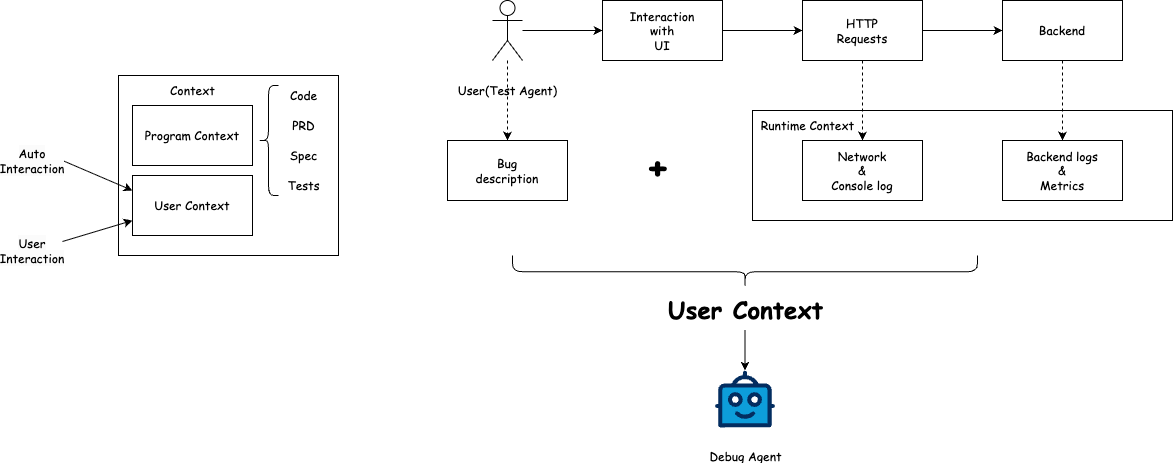
The draw.io diagram source/img/2025-10-09-about-debug-agent/workflow.png in Wh1isper/wh1isper.github.io, before a commit. Source tidied: cells renumbered, new cells last; positions are measured from the earlier drawing's top-left corner, leaving out a move shared by most shapes.
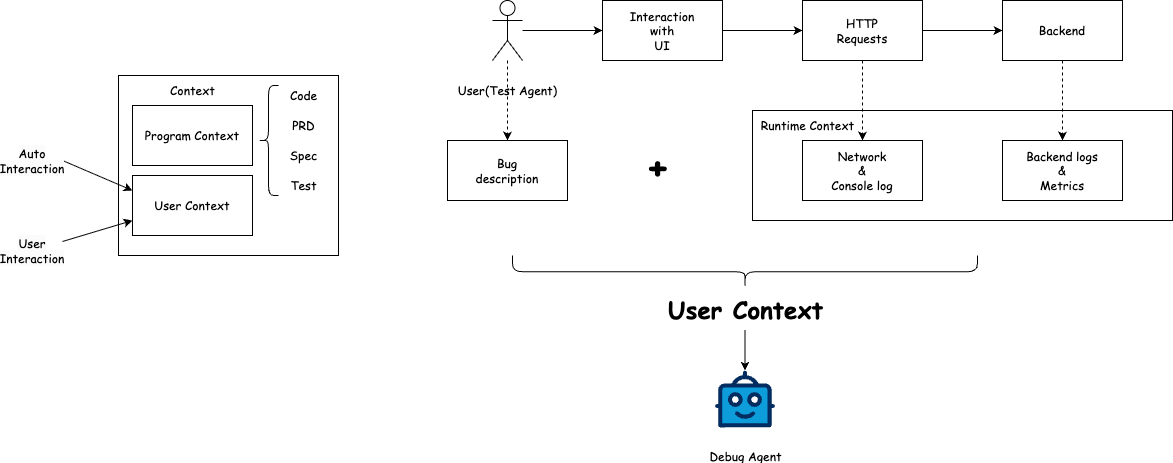
Above is the later version.

Diff of the diagram source:
```diff
@@ -44,8 +44,8 @@
     <mxCell id="15" value="Spec" style="text;html=1;align=center;verticalAlign=middle;strokeColor=none;fillColor=none;fontFamily=Comic Sans MS;" parent="1" vertex="1">
       <mxGeometry x="276" y="140" width="50" height="30" as="geometry" />
     </mxCell>
-    <mxCell id="16" value="Tests" style="text;html=1;align=center;verticalAlign=middle;strokeColor=none;fillColor=none;fontFamily=Comic Sans MS;" parent="1" vertex="1">
-      <mxGeometry x="271" y="170" width="60" height="30" as="geometry" />
+    <mxCell id="16" value="Test" style="text;html=1;align=center;verticalAlign=middle;strokeColor=none;fillColor=none;fontFamily=Comic Sans MS;" parent="1" vertex="1">
+      <mxGeometry x="276" y="170" width="50" height="30" as="geometry" />
     </mxCell>
     <mxCell id="17" style="edgeStyle=none;html=1;align=center;verticalAlign=middle;fontFamily=Comic Sans MS;" parent="1" edge="1" source="18" target="20">
       <mxGeometry relative="1" as="geometry" />
```
